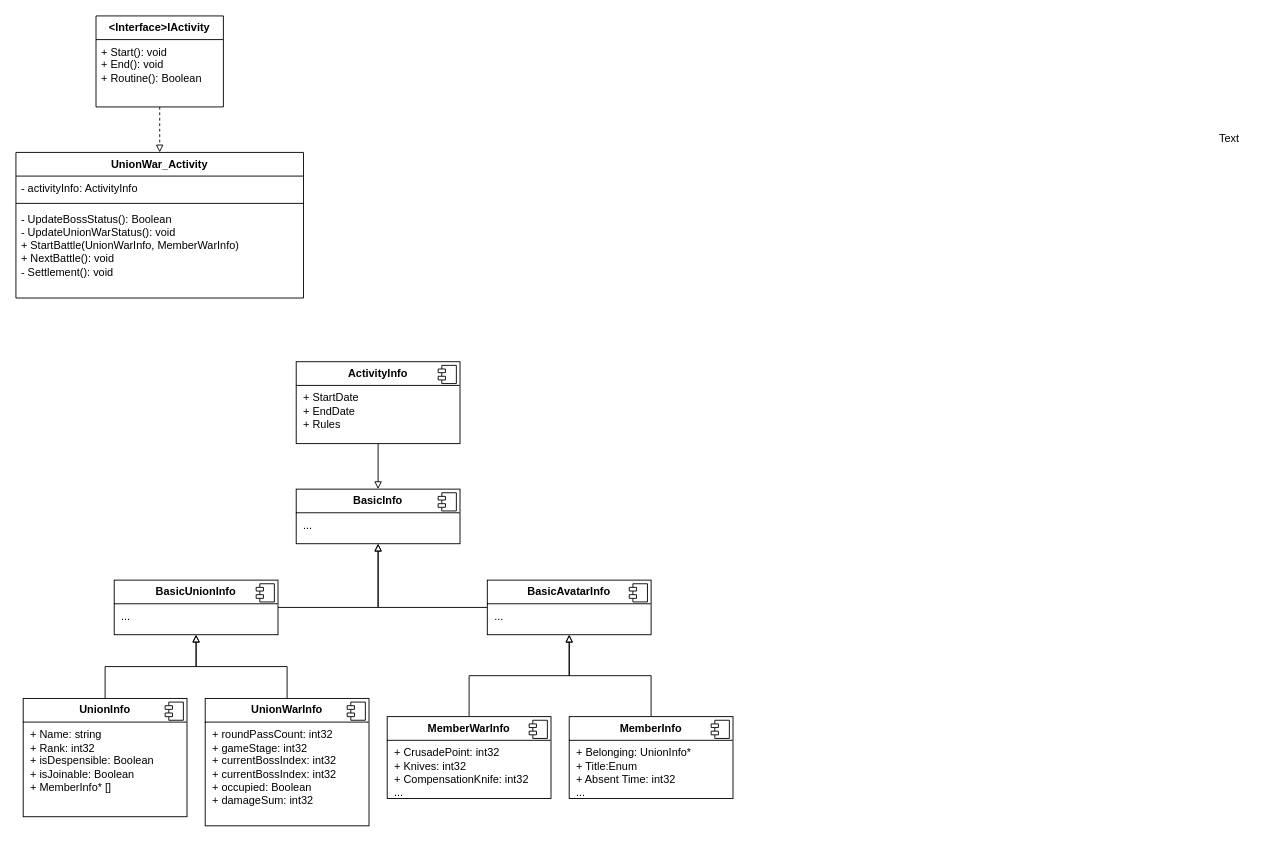
Earlier version of the draw.io diagram Untitled Diagram.drawio (happyWilliams/ActionEditor). Source tidied: cells renumbered, new cells numbered last; positions are measured from the earlier drawing's top-left corner, leaving out a move shared by most shapes. Both pictures are drawn from the tidied source at 91%, with x=0, y=0 at pixel (15, 15).
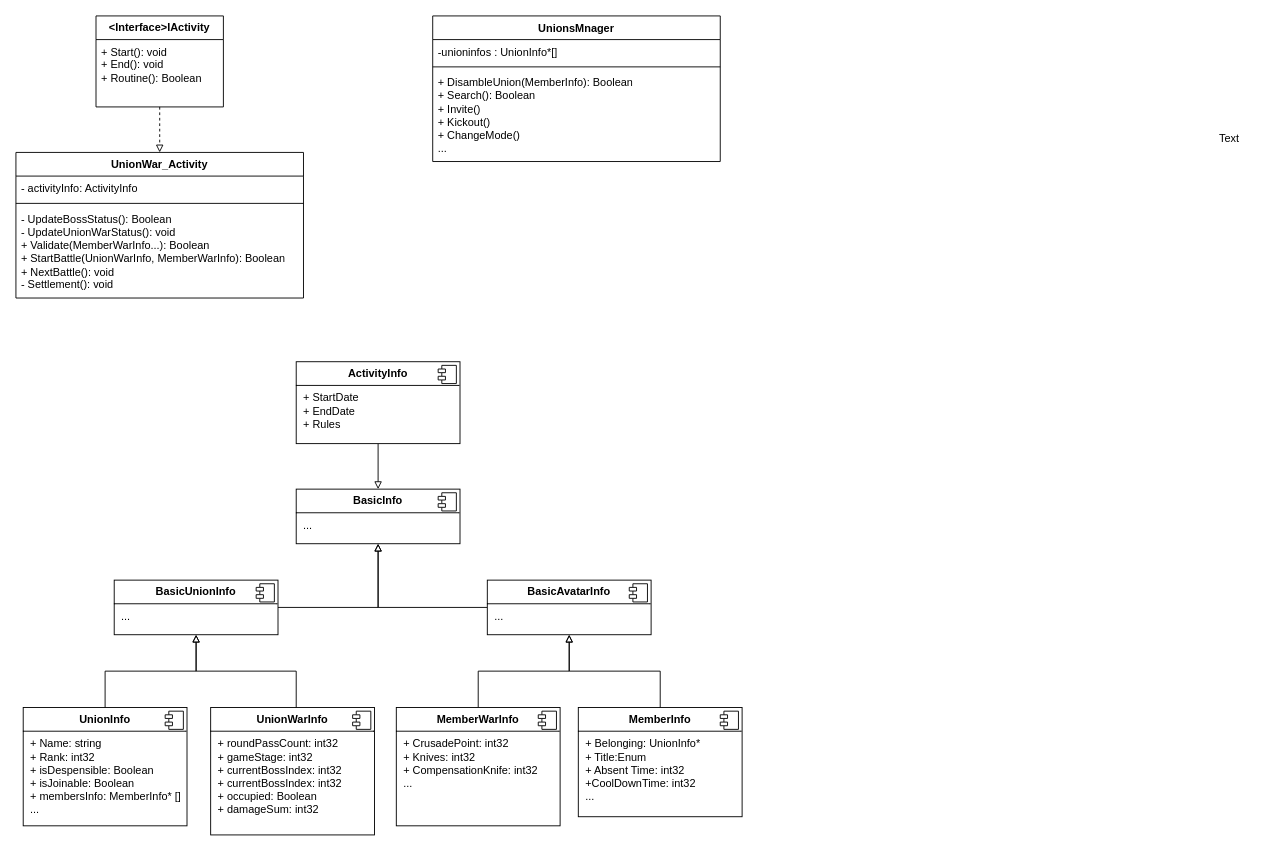
Above is the later version.

The change refers to these unchanged cells:
```xml
<mxCell id="13" value="&lt;p style=&quot;margin:0px;margin-top:6px;text-align:center;&quot;&gt;&lt;b&gt;BasicAvatarInfo&lt;/b&gt;&lt;/p&gt;&lt;hr size=&quot;1&quot; style=&quot;border-style:solid;&quot;&gt;&lt;p style=&quot;margin:0px;margin-left:8px;&quot;&gt;&lt;span style=&quot;background-color: initial;&quot;&gt;...&lt;/span&gt;&lt;br&gt;&lt;/p&gt;&lt;p style=&quot;margin:0px;margin-left:8px;&quot;&gt;&lt;br&gt;&lt;/p&gt;" style="align=left;overflow=fill;html=1;whiteSpace=wrap;" parent="1" vertex="1">
  <mxGeometry x="518" y="620" width="180" height="60" as="geometry" />
</mxCell>
<mxCell id="16" value="&lt;p style=&quot;margin:0px;margin-top:6px;text-align:center;&quot;&gt;&lt;b&gt;BasicUnionInfo&lt;/b&gt;&lt;/p&gt;&lt;hr size=&quot;1&quot; style=&quot;border-style:solid;&quot;&gt;&lt;p style=&quot;margin:0px;margin-left:8px;&quot;&gt;&lt;span style=&quot;background-color: initial;&quot;&gt;...&lt;/span&gt;&lt;br&gt;&lt;/p&gt;&lt;p style=&quot;margin:0px;margin-left:8px;&quot;&gt;&lt;br&gt;&lt;/p&gt;" style="align=left;overflow=fill;html=1;whiteSpace=wrap;" parent="1" vertex="1">
  <mxGeometry x="108" y="620" width="180" height="60" as="geometry" />
</mxCell>
<mxCell id="21" value="UnionWar_Activity" style="swimlane;fontStyle=1;align=center;verticalAlign=top;horizontal=1;startSize=26;whiteSpace=wrap;html=1;" parent="1" vertex="1">
  <mxGeometry y="150" width="316" height="160" as="geometry" />
</mxCell>
```

Change to the diagram source:
```diff
@@
-    <mxCell id="2" value="&lt;p style=&quot;margin:0px;margin-top:6px;text-align:center;&quot;&gt;&lt;b&gt;MemberInfo&lt;/b&gt;&lt;/p&gt;&lt;hr size=&quot;1&quot; style=&quot;border-style:solid;&quot;&gt;&lt;p style=&quot;margin:0px;margin-left:8px;&quot;&gt;+ Belonging: UnionInfo*&lt;/p&gt;&lt;p style=&quot;margin:0px;margin-left:8px;&quot;&gt;+ Tit&lt;span style=&quot;background-color: initial;&quot;&gt;le:Enum&lt;/span&gt;&lt;span style=&quot;background-color: initial; white-space: pre;&quot;&gt;&#9;&lt;/span&gt;&lt;/p&gt;&lt;p style=&quot;margin:0px;margin-left:8px;&quot;&gt;+ Absent Time: int32&lt;/p&gt;&lt;p style=&quot;margin:0px;margin-left:8px;&quot;&gt;...&lt;/p&gt;" style="align=left;overflow=fill;html=1;whiteSpace=wrap;" parent="1" vertex="1">
-      <mxGeometry x="608" y="770" width="180" height="90" as="geometry" />
+    <mxCell id="2" value="&lt;p style=&quot;margin:0px;margin-top:6px;text-align:center;&quot;&gt;&lt;b&gt;MemberInfo&lt;/b&gt;&lt;/p&gt;&lt;hr size=&quot;1&quot; style=&quot;border-style:solid;&quot;&gt;&lt;p style=&quot;margin:0px;margin-left:8px;&quot;&gt;+ Belonging: UnionInfo*&lt;/p&gt;&lt;p style=&quot;margin:0px;margin-left:8px;&quot;&gt;+ Tit&lt;span style=&quot;background-color: initial;&quot;&gt;le:Enum&lt;/span&gt;&lt;span style=&quot;background-color: initial; white-space: pre;&quot;&gt;&#9;&lt;/span&gt;&lt;/p&gt;&lt;p style=&quot;margin:0px;margin-left:8px;&quot;&gt;+ Absent Time: int32&lt;/p&gt;&lt;p style=&quot;margin:0px;margin-left:8px;&quot;&gt;+CoolDownTime: int32&lt;/p&gt;&lt;p style=&quot;margin:0px;margin-left:8px;&quot;&gt;...&lt;/p&gt;" style="align=left;overflow=fill;html=1;whiteSpace=wrap;" parent="1" vertex="1">
+      <mxGeometry x="618" y="760" width="180" height="120" as="geometry" />
     </mxCell>
@@
     <mxCell id="4" style="edgeStyle=orthogonalEdgeStyle;rounded=0;jettySize=auto;html=1;endArrow=block;endFill=0;" parent="1" edge="1" source="5" target="13">
-      <mxGeometry relative="1" as="geometry" />
+      <mxGeometry relative="1" as="geometry">
+        <Array as="points">
+          <mxPoint x="508" y="720" />
+          <mxPoint x="608" y="720" />
+        </Array>
+      </mxGeometry>
     </mxCell>
-    <mxCell id="5" value="&lt;p style=&quot;margin:0px;margin-top:6px;text-align:center;&quot;&gt;&lt;b&gt;MemberWarInfo&lt;/b&gt;&lt;/p&gt;&lt;hr size=&quot;1&quot; style=&quot;border-style:solid;&quot;&gt;&lt;p style=&quot;margin:0px;margin-left:8px;&quot;&gt;+ CrusadePoint: int32&lt;span style=&quot;background-color: initial; white-space: pre;&quot;&gt;&#9;&lt;/span&gt;&lt;/p&gt;&lt;p style=&quot;margin:0px;margin-left:8px;&quot;&gt;+ Knives: int32&lt;/p&gt;&lt;p style=&quot;margin:0px;margin-left:8px;&quot;&gt;+ CompensationKnife: int32&lt;/p&gt;&lt;p style=&quot;margin:0px;margin-left:8px;&quot;&gt;...&lt;/p&gt;&lt;p style=&quot;margin:0px;margin-left:8px;&quot;&gt;&lt;br&gt;&lt;/p&gt;" style="align=left;overflow=fill;html=1;whiteSpace=wrap;" parent="1" vertex="1">
-      <mxGeometry x="408" y="770" width="180" height="90" as="geometry" />
+    <mxCell id="5" value="&lt;p style=&quot;margin:0px;margin-top:6px;text-align:center;&quot;&gt;&lt;b&gt;MemberWarInfo&lt;/b&gt;&lt;/p&gt;&lt;hr size=&quot;1&quot; style=&quot;border-style:solid;&quot;&gt;&lt;p style=&quot;margin:0px;margin-left:8px;&quot;&gt;&lt;span style=&quot;background-color: initial;&quot;&gt;+ CrusadePoint: int32&lt;/span&gt;&lt;span style=&quot;background-color: initial; white-space: pre;&quot;&gt;&#9;&lt;/span&gt;&lt;br&gt;&lt;/p&gt;&lt;p style=&quot;margin:0px;margin-left:8px;&quot;&gt;+ Knives: int32&lt;/p&gt;&lt;p style=&quot;margin:0px;margin-left:8px;&quot;&gt;+ CompensationKnife: int32&lt;/p&gt;&lt;p style=&quot;margin:0px;margin-left:8px;&quot;&gt;...&lt;/p&gt;&lt;p style=&quot;margin:0px;margin-left:8px;&quot;&gt;&lt;br&gt;&lt;/p&gt;" style="align=left;overflow=fill;html=1;whiteSpace=wrap;" parent="1" vertex="1">
+      <mxGeometry x="418" y="760" width="180" height="130" as="geometry" />
     </mxCell>
@@
-    <mxCell id="7" value="&lt;p style=&quot;margin:0px;margin-top:6px;text-align:center;&quot;&gt;&lt;b&gt;UnionInfo&lt;/b&gt;&lt;/p&gt;&lt;hr size=&quot;1&quot; style=&quot;border-style:solid;&quot;&gt;&lt;p style=&quot;margin:0px;margin-left:8px;&quot;&gt;+ Name&lt;span style=&quot;background-color: initial;&quot;&gt;: string&lt;/span&gt;&lt;span style=&quot;background-color: initial; white-space: pre;&quot;&gt;&#9;&lt;/span&gt;&lt;/p&gt;&lt;p style=&quot;margin:0px;margin-left:8px;&quot;&gt;+ Rank: int32&lt;/p&gt;&lt;p style=&quot;margin:0px;margin-left:8px;&quot;&gt;+ isDespensible: Boolean&lt;/p&gt;&lt;p style=&quot;margin:0px;margin-left:8px;&quot;&gt;+ isJoinable: Boolean&lt;/p&gt;&lt;p style=&quot;margin:0px;margin-left:8px;&quot;&gt;+ MemberInfo* []&lt;/p&gt;&lt;p style=&quot;margin:0px;margin-left:8px;&quot;&gt;&lt;br&gt;&lt;/p&gt;&lt;p style=&quot;margin:0px;margin-left:8px;&quot;&gt;&lt;br&gt;&lt;/p&gt;&lt;p style=&quot;margin:0px;margin-left:8px;&quot;&gt;&lt;br&gt;&lt;/p&gt;" style="align=left;overflow=fill;html=1;whiteSpace=wrap;" parent="1" vertex="1">
-      <mxGeometry x="8" y="750" width="180" height="130" as="geometry" />
+    <mxCell id="7" value="&lt;p style=&quot;margin:0px;margin-top:6px;text-align:center;&quot;&gt;&lt;b&gt;UnionInfo&lt;/b&gt;&lt;/p&gt;&lt;hr size=&quot;1&quot; style=&quot;border-style:solid;&quot;&gt;&lt;p style=&quot;margin:0px;margin-left:8px;&quot;&gt;+ Name&lt;span style=&quot;background-color: initial;&quot;&gt;: string&lt;/span&gt;&lt;span style=&quot;background-color: initial; white-space: pre;&quot;&gt;&#9;&lt;/span&gt;&lt;/p&gt;&lt;p style=&quot;margin:0px;margin-left:8px;&quot;&gt;+ Rank: int32&lt;/p&gt;&lt;p style=&quot;margin:0px;margin-left:8px;&quot;&gt;+ isDespensible: Boolean&lt;/p&gt;&lt;p style=&quot;margin:0px;margin-left:8px;&quot;&gt;+ isJoinable: Boolean&lt;/p&gt;&lt;p style=&quot;margin:0px;margin-left:8px;&quot;&gt;+ membersInfo: MemberInfo* []&lt;/p&gt;&lt;p style=&quot;margin:0px;margin-left:8px;&quot;&gt;...&lt;/p&gt;&lt;p style=&quot;margin:0px;margin-left:8px;&quot;&gt;&lt;br&gt;&lt;/p&gt;&lt;p style=&quot;margin:0px;margin-left:8px;&quot;&gt;&lt;br&gt;&lt;/p&gt;&lt;p style=&quot;margin:0px;margin-left:8px;&quot;&gt;&lt;br&gt;&lt;/p&gt;" style="align=left;overflow=fill;html=1;whiteSpace=wrap;" parent="1" vertex="1">
+      <mxGeometry x="8" y="760" width="180" height="130" as="geometry" />
     </mxCell>
@@
-    <mxCell id="9" value="&lt;p style=&quot;margin:0px;margin-top:6px;text-align:center;&quot;&gt;&lt;b&gt;UnionWarInfo&lt;/b&gt;&lt;/p&gt;&lt;hr size=&quot;1&quot; style=&quot;border-style:solid;&quot;&gt;&lt;p style=&quot;margin:0px;margin-left:8px;&quot;&gt;+ roundPassCount&lt;span style=&quot;background-color: initial;&quot;&gt;: int32&lt;/span&gt;&lt;span style=&quot;background-color: initial; white-space: pre;&quot;&gt;&#9;&lt;/span&gt;&lt;/p&gt;&lt;p style=&quot;margin:0px;margin-left:8px;&quot;&gt;+ gameStage: int32&lt;/p&gt;&lt;p style=&quot;margin:0px;margin-left:8px;&quot;&gt;+ currentBossIndex: int32&lt;/p&gt;&lt;p style=&quot;margin:0px;margin-left:8px;&quot;&gt;+ currentBossIndex: int32&lt;/p&gt;&lt;p style=&quot;margin:0px;margin-left:8px;&quot;&gt;+ occupied: Boolean&lt;/p&gt;&lt;p style=&quot;margin:0px;margin-left:8px;&quot;&gt;+ damageSum: int32&lt;/p&gt;&lt;p style=&quot;margin:0px;margin-left:8px;&quot;&gt;&lt;br&gt;&lt;/p&gt;&lt;p style=&quot;margin:0px;margin-left:8px;&quot;&gt;&lt;br&gt;&lt;/p&gt;" style="align=left;overflow=fill;html=1;whiteSpace=wrap;" parent="1" vertex="1">
-      <mxGeometry x="208" y="750" width="180" height="140" as="geometry" />
+    <mxCell id="9" value="&lt;p style=&quot;margin:0px;margin-top:6px;text-align:center;&quot;&gt;&lt;b&gt;UnionWarInfo&lt;/b&gt;&lt;/p&gt;&lt;hr size=&quot;1&quot; style=&quot;border-style:solid;&quot;&gt;&lt;p style=&quot;margin:0px;margin-left:8px;&quot;&gt;&lt;span style=&quot;background-color: initial;&quot;&gt;+ roundPassCount&lt;/span&gt;&lt;span style=&quot;background-color: initial;&quot;&gt;: int32&lt;/span&gt;&lt;span style=&quot;background-color: initial; white-space: pre;&quot;&gt;&#9;&lt;/span&gt;&lt;br&gt;&lt;/p&gt;&lt;p style=&quot;margin:0px;margin-left:8px;&quot;&gt;+ gameStage: int32&lt;/p&gt;&lt;p style=&quot;margin:0px;margin-left:8px;&quot;&gt;+ currentBossIndex: int32&lt;/p&gt;&lt;p style=&quot;margin:0px;margin-left:8px;&quot;&gt;+ currentBossIndex: int32&lt;/p&gt;&lt;p style=&quot;margin:0px;margin-left:8px;&quot;&gt;+ occupied: Boolean&lt;/p&gt;&lt;p style=&quot;margin:0px;margin-left:8px;&quot;&gt;+ damageSum: int32&lt;/p&gt;&lt;p style=&quot;margin:0px;margin-left:8px;&quot;&gt;&lt;br&gt;&lt;/p&gt;&lt;p style=&quot;margin:0px;margin-left:8px;&quot;&gt;&lt;br&gt;&lt;/p&gt;" style="align=left;overflow=fill;html=1;whiteSpace=wrap;" parent="1" vertex="1">
+      <mxGeometry x="214" y="760" width="180" height="140" as="geometry" />
     </mxCell>
@@
     <mxCell id="19" style="edgeStyle=orthogonalEdgeStyle;rounded=0;jettySize=auto;html=1;endArrow=block;endFill=0;" parent="1" edge="1" source="9" target="16">
-      <mxGeometry relative="1" as="geometry" />
+      <mxGeometry relative="1" as="geometry">
+        <Array as="points">
+          <mxPoint x="308" y="720" />
+          <mxPoint x="198" y="720" />
+        </Array>
+      </mxGeometry>
     </mxCell>
@@
-    <mxCell id="24" value="- UpdateBossStatus(): Boolean&lt;div&gt;- UpdateUnionWarStatus(): void&lt;br&gt;&lt;div&gt;+ StartBattle(UnionWarInfo, MemberWarInfo)&lt;/div&gt;&lt;div&gt;&lt;span style=&quot;background-color: initial;&quot;&gt;+ NextBattle(): void&lt;/span&gt;&lt;/div&gt;&lt;div&gt;&lt;span style=&quot;background-color: initial;&quot;&gt;- Settlement(): void&lt;/span&gt;&lt;/div&gt;&lt;div&gt;&lt;span style=&quot;background-color: initial;&quot;&gt;&lt;br&gt;&lt;/span&gt;&lt;/div&gt;&lt;/div&gt;" style="text;strokeColor=none;fillColor=none;align=left;verticalAlign=top;spacingLeft=4;spacingRight=4;overflow=hidden;whiteSpace=wrap;html=1;" parent="21" vertex="1">
+    <mxCell id="24" value="- UpdateBossStatus(): Boolean&lt;div&gt;- UpdateUnionWarStatus(): void&lt;/div&gt;&lt;div&gt;+ Validate(MemberWarInfo...): Boolean&lt;br&gt;&lt;div&gt;+ StartBattle(UnionWarInfo, MemberWarInfo): Boolean&lt;/div&gt;&lt;div&gt;&lt;span style=&quot;background-color: initial;&quot;&gt;+ NextBattle(): void&lt;/span&gt;&lt;/div&gt;&lt;div&gt;&lt;span style=&quot;background-color: initial;&quot;&gt;- Settlement(): void&lt;/span&gt;&lt;/div&gt;&lt;div&gt;&lt;span style=&quot;background-color: initial;&quot;&gt;&lt;br&gt;&lt;/span&gt;&lt;/div&gt;&lt;/div&gt;" style="text;strokeColor=none;fillColor=none;align=left;verticalAlign=top;spacingLeft=4;spacingRight=4;overflow=hidden;whiteSpace=wrap;html=1;" parent="21" vertex="1">
       <mxGeometry y="60" width="316" height="100" as="geometry" />
     </mxCell>
@@
+    <mxCell id="34" value="UnionsMnager" style="swimlane;fontStyle=1;align=center;verticalAlign=top;horizontal=1;startSize=26;whiteSpace=wrap;html=1;" parent="1" vertex="1">
+      <mxGeometry x="458" width="316" height="160" as="geometry" />
+    </mxCell>
+    <mxCell id="35" value="-unioninfos : UnionInfo*[]" style="text;strokeColor=none;fillColor=none;align=left;verticalAlign=top;spacingLeft=4;spacingRight=4;overflow=hidden;whiteSpace=wrap;html=1;" parent="34" vertex="1">
+      <mxGeometry y="26" width="316" height="26" as="geometry" />
+    </mxCell>
+    <mxCell id="36" style="line;strokeWidth=1;fillColor=none;align=left;verticalAlign=middle;spacingTop=-1;spacingLeft=3;spacingRight=3;labelPosition=right;strokeColor=inherit;" parent="34" vertex="1">
+      <mxGeometry y="52" width="316" height="8" as="geometry" />
+    </mxCell>
+    <mxCell id="37" value="&lt;div&gt;&lt;div&gt;&lt;span style=&quot;background-color: initial;&quot;&gt;+ DisambleUnion(MemberInfo): Boolean&lt;/span&gt;&lt;/div&gt;&lt;/div&gt;&lt;div&gt;&lt;span style=&quot;background-color: initial;&quot;&gt;+ Search(): Boolean&lt;/span&gt;&lt;/div&gt;&lt;div&gt;&lt;span style=&quot;background-color: initial;&quot;&gt;+ Invite()&lt;/span&gt;&lt;/div&gt;&lt;div&gt;&lt;span style=&quot;background-color: initial;&quot;&gt;+ Kickout()&lt;/span&gt;&lt;/div&gt;&lt;div&gt;&lt;span style=&quot;background-color: initial;&quot;&gt;+ ChangeMode()&lt;/span&gt;&lt;/div&gt;&lt;div&gt;...&lt;/div&gt;" style="text;strokeColor=none;fillColor=none;align=left;verticalAlign=top;spacingLeft=4;spacingRight=4;overflow=hidden;whiteSpace=wrap;html=1;" parent="34" vertex="1">
+      <mxGeometry y="60" width="316" height="100" as="geometry" />
+    </mxCell>
```
